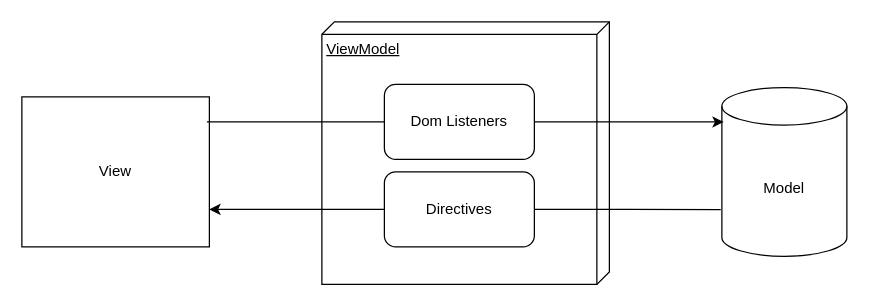
Earlier version of the draw.io diagram vue.drawio (Lainy0605/graduate). Source tidied: cells renumbered, new cells numbered last; positions are measured from the earlier drawing's top-left corner, leaving out a move shared by most shapes. Both pictures are drawn from the tidied source at 125%, with x=0, y=0 at pixel (21, 21).
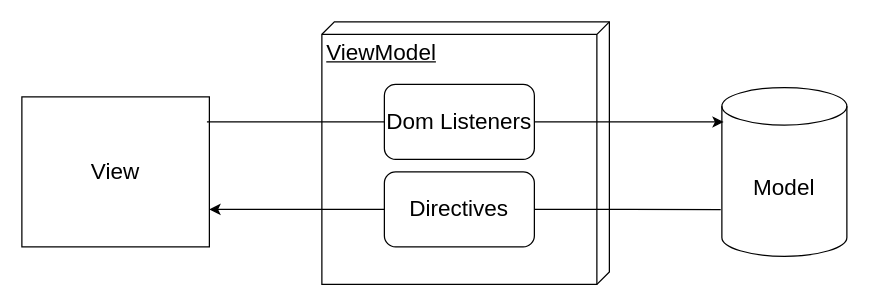
The same diagram, later.

Diff of the diagram source:
```diff
@@
 <mxGraphModel>
   <root>
     <mxCell id="0" />
     <mxCell id="1" parent="0" />
-    <mxCell id="2" value="View" style="rounded=0;whiteSpace=wrap;html=1;" parent="1" vertex="1">
+    <mxCell id="2" value="View" style="rounded=0;whiteSpace=wrap;html=1;fontSize=18;" parent="1" vertex="1">
       <mxGeometry y="60" width="150" height="120" as="geometry" />
     </mxCell>
-    <mxCell id="3" value="ViewModel" style="verticalAlign=top;align=left;spacingTop=8;spacingLeft=2;spacingRight=12;shape=cube;size=10;direction=south;fontStyle=4;html=1;whiteSpace=wrap;" parent="1" vertex="1">
+    <mxCell id="3" value="ViewModel" style="verticalAlign=top;align=left;spacingTop=8;spacingLeft=2;spacingRight=12;shape=cube;size=10;direction=south;fontStyle=4;html=1;whiteSpace=wrap;fontSize=18;" parent="1" vertex="1">
       <mxGeometry x="240" width="230" height="210" as="geometry" />
     </mxCell>
-    <mxCell id="4" value="Model" style="shape=cylinder3;whiteSpace=wrap;html=1;boundedLbl=1;backgroundOutline=1;size=15;" parent="1" vertex="1">
+    <mxCell id="4" value="Model" style="shape=cylinder3;whiteSpace=wrap;html=1;boundedLbl=1;backgroundOutline=1;size=15;fontSize=18;" parent="1" vertex="1">
       <mxGeometry x="560" y="52.5" width="100" height="135" as="geometry" />
     </mxCell>
-    <mxCell id="5" value="Dom Listeners" style="rounded=1;whiteSpace=wrap;html=1;" parent="1" vertex="1">
+    <mxCell id="5" value="Dom Listeners" style="rounded=1;whiteSpace=wrap;html=1;fontSize=18;" parent="1" vertex="1">
       <mxGeometry x="290" y="50" width="120" height="60" as="geometry" />
     </mxCell>
-    <mxCell id="6" style="edgeStyle=orthogonalEdgeStyle;rounded=0;jettySize=auto;html=1;entryX=1;entryY=0.75;entryDx=0;entryDy=0;" parent="1" edge="1" source="7" target="2">
+    <mxCell id="6" style="edgeStyle=orthogonalEdgeStyle;rounded=0;jettySize=auto;html=1;entryX=1;entryY=0.75;entryDx=0;entryDy=0;fontSize=18;" parent="1" edge="1" source="7" target="2">
       <mxGeometry relative="1" as="geometry" />
     </mxCell>
-    <mxCell id="7" value="Directives" style="rounded=1;whiteSpace=wrap;html=1;" parent="1" vertex="1">
+    <mxCell id="7" value="Directives" style="rounded=1;whiteSpace=wrap;html=1;fontSize=18;" parent="1" vertex="1">
       <mxGeometry x="290" y="120" width="120" height="60" as="geometry" />
     </mxCell>
-    <mxCell id="8" style="edgeStyle=orthogonalEdgeStyle;rounded=0;jettySize=auto;html=1;exitX=0.987;exitY=0.167;exitDx=0;exitDy=0;exitPerimeter=0;endArrow=none;endFill=0;" parent="1" edge="1" source="2" target="5">
+    <mxCell id="8" style="edgeStyle=orthogonalEdgeStyle;rounded=0;jettySize=auto;html=1;exitX=0.987;exitY=0.167;exitDx=0;exitDy=0;exitPerimeter=0;endArrow=none;endFill=0;fontSize=18;" parent="1" edge="1" source="2" target="5">
       <mxGeometry relative="1" as="geometry" />
     </mxCell>
-    <mxCell id="9" style="edgeStyle=orthogonalEdgeStyle;rounded=0;jettySize=auto;html=1;entryX=0.014;entryY=0.204;entryDx=0;entryDy=0;entryPerimeter=0;" parent="1" edge="1" source="5" target="4">
+    <mxCell id="9" style="edgeStyle=orthogonalEdgeStyle;rounded=0;jettySize=auto;html=1;entryX=0.014;entryY=0.204;entryDx=0;entryDy=0;entryPerimeter=0;fontSize=18;" parent="1" edge="1" source="5" target="4">
       <mxGeometry relative="1" as="geometry" />
     </mxCell>
-    <mxCell id="10" style="edgeStyle=orthogonalEdgeStyle;rounded=0;jettySize=auto;html=1;entryX=-0.009;entryY=0.724;entryDx=0;entryDy=0;entryPerimeter=0;endArrow=none;endFill=0;" parent="1" edge="1" source="7" target="4">
+    <mxCell id="10" style="edgeStyle=orthogonalEdgeStyle;rounded=0;jettySize=auto;html=1;entryX=-0.009;entryY=0.724;entryDx=0;entryDy=0;entryPerimeter=0;endArrow=none;endFill=0;fontSize=18;" parent="1" edge="1" source="7" target="4">
       <mxGeometry relative="1" as="geometry" />
     </mxCell>
   </root>
 </mxGraphModel>
```
